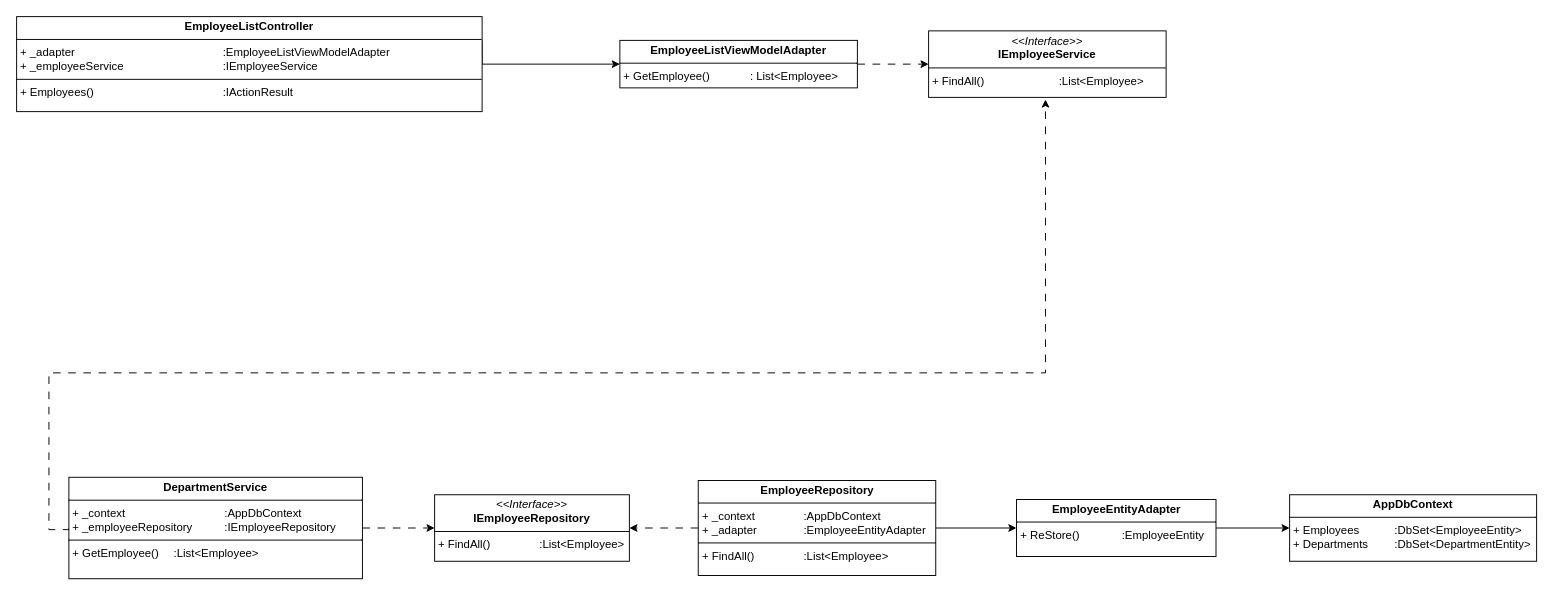
mizuto26/csharp_training_202605 keeps this draw.io diagram as page "ク一覧" (1 of 2) of docs/02_design/従業員一覧_クラス図.drawio. Above is the earlier version. Source tidied: cells renumbered, new cells numbered last; positions are measured from the earlier drawing's top-left corner, leaving out a move shared by most shapes. Both pictures are drawn from the tidied source at 95%, with x=0, y=0 at pixel (16, 16).
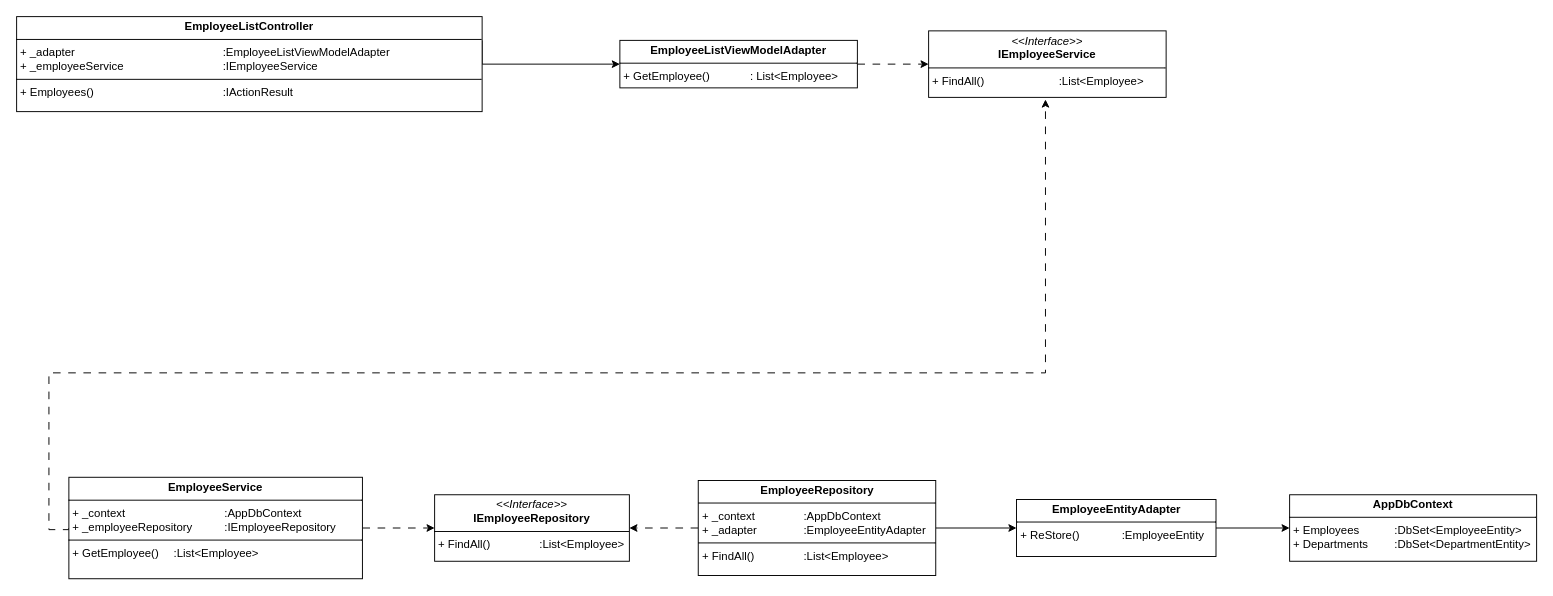
After the change.

What changed in the source:
```diff
@@
-    <mxCell id="16" value="&lt;p style=&quot;margin:0px;margin-top:4px;text-align:center;&quot;&gt;&lt;b&gt;DepartmentService&lt;/b&gt;&lt;/p&gt;&lt;hr size=&quot;1&quot; style=&quot;border-style:solid;&quot;&gt;&lt;p style=&quot;margin:0px;margin-left:4px;&quot;&gt;+ _context&lt;span style=&quot;white-space: pre;&quot;&gt;&#9;&lt;span style=&quot;white-space: pre;&quot;&gt;&#9;&lt;/span&gt;&lt;span style=&quot;white-space: pre;&quot;&gt;&#9;&lt;span style=&quot;white-space: pre;&quot;&gt;&#9;&lt;/span&gt;&lt;/span&gt;&lt;/span&gt;:AppDbContext&lt;/p&gt;&lt;p style=&quot;margin:0px;margin-left:4px;&quot;&gt;+&amp;nbsp;_employeeRepository&lt;span style=&quot;white-space: pre;&quot;&gt;&#9;&lt;span style=&quot;white-space: pre;&quot;&gt;&#9;&lt;/span&gt;&lt;/span&gt;:IEmployeeRepository&lt;/p&gt;&lt;hr size=&quot;1&quot; style=&quot;border-style:solid;&quot;&gt;&lt;p style=&quot;margin: 0px 0px 0px 4px;&quot;&gt;&lt;span style=&quot;background-color: transparent; color: light-dark(rgb(0, 0, 0), rgb(255, 255, 255));&quot;&gt;+ GetEmployee()&lt;span style=&quot;white-space: pre;&quot;&gt;&#9;&lt;/span&gt;:List&amp;lt;Employee&amp;gt;&lt;/span&gt;&lt;/p&gt;" style="verticalAlign=top;align=left;overflow=fill;html=1;whiteSpace=wrap;" parent="1" vertex="1">
+    <mxCell id="16" value="&lt;p style=&quot;margin:0px;margin-top:4px;text-align:center;&quot;&gt;&lt;b&gt;EmployeeService&lt;/b&gt;&lt;/p&gt;&lt;hr size=&quot;1&quot; style=&quot;border-style:solid;&quot;&gt;&lt;p style=&quot;margin:0px;margin-left:4px;&quot;&gt;+ _context&lt;span style=&quot;white-space: pre;&quot;&gt;&#9;&lt;span style=&quot;white-space: pre;&quot;&gt;&#9;&lt;/span&gt;&lt;span style=&quot;white-space: pre;&quot;&gt;&#9;&lt;span style=&quot;white-space: pre;&quot;&gt;&#9;&lt;/span&gt;&lt;/span&gt;&lt;/span&gt;:AppDbContext&lt;/p&gt;&lt;p style=&quot;margin:0px;margin-left:4px;&quot;&gt;+&amp;nbsp;_employeeRepository&lt;span style=&quot;white-space: pre;&quot;&gt;&#9;&lt;span style=&quot;white-space: pre;&quot;&gt;&#9;&lt;/span&gt;&lt;/span&gt;:IEmployeeRepository&lt;/p&gt;&lt;hr size=&quot;1&quot; style=&quot;border-style:solid;&quot;&gt;&lt;p style=&quot;margin: 0px 0px 0px 4px;&quot;&gt;&lt;span style=&quot;background-color: transparent; color: light-dark(rgb(0, 0, 0), rgb(255, 255, 255));&quot;&gt;+ GetEmployee()&lt;span style=&quot;white-space: pre;&quot;&gt;&#9;&lt;/span&gt;:List&amp;lt;Employee&amp;gt;&lt;/span&gt;&lt;/p&gt;" style="verticalAlign=top;align=left;overflow=fill;html=1;whiteSpace=wrap;" parent="1" vertex="1">
       <mxGeometry x="55" y="484.9" width="309" height="106.8" as="geometry" />
     </mxCell>
```
